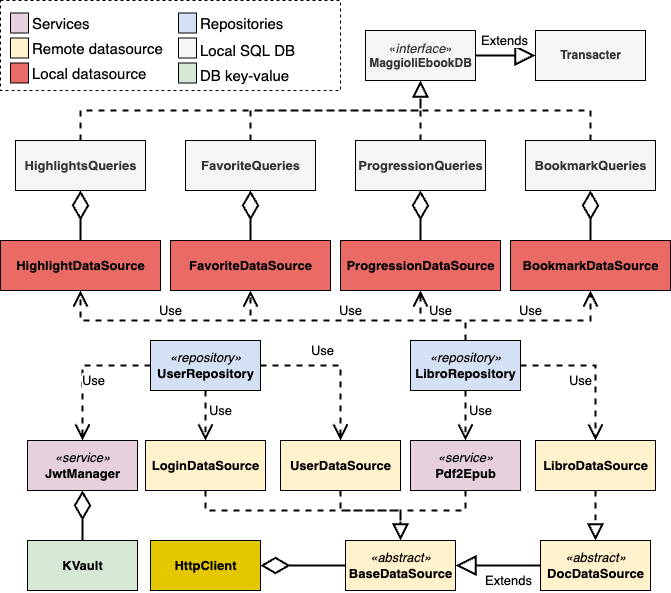
The draw.io diagram img/tesi-26-shareduml.drawio.png in paganellif/tesi-paganelli, before a commit. Source tidied: cells renumbered, new cells last; positions are measured from the earlier drawing's top-left corner, leaving out a move shared by most shapes.
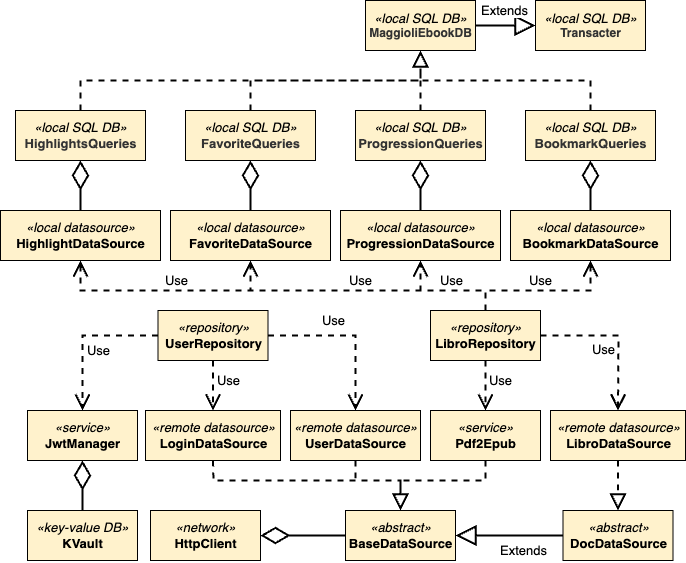
After the commit.

The edit, as a diff of the source:
```diff
@@ -2,52 +2,52 @@
   <root>
     <mxCell id="0" />
     <mxCell id="1" parent="0" />
-    <mxCell id="2" value="&lt;b&gt;LibroDataSource&lt;/b&gt;" style="html=1;rounded=0;fontSize=13;fontColor=default;strokeColor=default;fillColor=#FFF2CC;" parent="1" vertex="1">
-      <mxGeometry x="535" y="440" width="120" height="50" as="geometry" />
+    <mxCell id="2" value="&lt;i&gt;«remote datasource»&lt;br&gt;&lt;/i&gt;&lt;b&gt;LibroDataSource&lt;/b&gt;" style="html=1;rounded=0;fontSize=13;fontColor=default;strokeColor=default;fillColor=#FFF2CC;" parent="1" vertex="1">
+      <mxGeometry x="550" y="440" width="135" height="50" as="geometry" />
     </mxCell>
-    <mxCell id="3" value="&lt;b&gt;ProgressionDataSource&lt;/b&gt;" style="html=1;rounded=0;fontSize=13;fontColor=default;strokeColor=default;fillColor=#EA6B66;" parent="1" vertex="1">
+    <mxCell id="3" value="&lt;i&gt;«local datasource»&lt;br&gt;&lt;/i&gt;&lt;b&gt;ProgressionDataSource&lt;/b&gt;" style="html=1;rounded=0;fontSize=13;fontColor=default;strokeColor=default;fillColor=#FFF2CC;" parent="1" vertex="1">
       <mxGeometry x="340" y="240" width="160" height="50" as="geometry" />
     </mxCell>
-    <mxCell id="4" value="&lt;b&gt;FavoriteDataSource&lt;/b&gt;" style="html=1;rounded=0;fontSize=13;fontColor=default;strokeColor=default;fillColor=#EA6B66;" parent="1" vertex="1">
+    <mxCell id="4" value="&lt;i&gt;«local datasource»&lt;br&gt;&lt;/i&gt;&lt;b&gt;FavoriteDataSource&lt;/b&gt;" style="html=1;rounded=0;fontSize=13;fontColor=default;strokeColor=default;fillColor=#FFF2CC;" parent="1" vertex="1">
       <mxGeometry x="170" y="240" width="160" height="50" as="geometry" />
     </mxCell>
-    <mxCell id="5" value="&lt;b&gt;BookmarkDataSource&lt;/b&gt;" style="html=1;rounded=0;fontSize=13;fontColor=default;strokeColor=default;fillColor=#EA6B66;" parent="1" vertex="1">
+    <mxCell id="5" value="&lt;i&gt;«local datasource»&lt;br&gt;&lt;/i&gt;&lt;b&gt;BookmarkDataSource&lt;/b&gt;" style="html=1;rounded=0;fontSize=13;fontColor=default;strokeColor=default;fillColor=#FFF2CC;" parent="1" vertex="1">
       <mxGeometry x="510" y="240" width="160" height="50" as="geometry" />
     </mxCell>
-    <mxCell id="6" value="&lt;b&gt;HighlightDataSource&lt;/b&gt;" style="html=1;rounded=0;fontSize=13;fontColor=default;strokeColor=default;fillColor=#EA6B66;" parent="1" vertex="1">
+    <mxCell id="6" value="&lt;i&gt;«local datasource»&lt;br&gt;&lt;/i&gt;&lt;b&gt;HighlightDataSource&lt;/b&gt;" style="html=1;rounded=0;fontSize=13;fontColor=default;strokeColor=default;fillColor=#FFF2CC;" parent="1" vertex="1">
       <mxGeometry y="240" width="160" height="50" as="geometry" />
     </mxCell>
-    <mxCell id="7" value="&lt;b style=&quot;background-color: initial;&quot;&gt;UserDataSource&lt;/b&gt;" style="html=1;rounded=0;fontSize=13;fontColor=default;strokeColor=default;fillColor=#FFF2CC;" parent="1" vertex="1">
-      <mxGeometry x="280" y="440" width="120" height="50" as="geometry" />
+    <mxCell id="7" value="&lt;i&gt;«remote datasource»&lt;br&gt;&lt;/i&gt;&lt;b style=&quot;background-color: initial;&quot;&gt;UserDataSource&lt;/b&gt;" style="html=1;rounded=0;fontSize=13;fontColor=default;strokeColor=default;fillColor=#FFF2CC;" parent="1" vertex="1">
+      <mxGeometry x="290" y="440" width="130" height="50" as="geometry" />
     </mxCell>
-    <mxCell id="8" value="&lt;b style=&quot;background-color: initial;&quot;&gt;LoginDataSource&lt;/b&gt;" style="html=1;rounded=0;fontSize=13;fontColor=default;strokeColor=default;fillColor=#FFF2CC;" parent="1" vertex="1">
-      <mxGeometry x="145" y="440" width="120" height="50" as="geometry" />
+    <mxCell id="8" value="&lt;i&gt;«remote datasource»&lt;br&gt;&lt;/i&gt;&lt;b style=&quot;background-color: initial;&quot;&gt;LoginDataSource&lt;/b&gt;" style="html=1;rounded=0;fontSize=13;fontColor=default;strokeColor=default;fillColor=#FFF2CC;" parent="1" vertex="1">
+      <mxGeometry x="145" y="440" width="135" height="50" as="geometry" />
     </mxCell>
-    <mxCell id="9" value="&lt;b&gt;HighlightsQueries&lt;/b&gt;" style="html=1;rounded=0;fontSize=13;fontColor=#333333;strokeColor=#000000;fillColor=#f5f5f5;" parent="1" vertex="1">
+    <mxCell id="9" value="&lt;i style=&quot;color: rgb(0, 0, 0);&quot;&gt;«local SQL DB»&lt;br&gt;&lt;/i&gt;&lt;b&gt;HighlightsQueries&lt;/b&gt;" style="html=1;rounded=0;fontSize=13;fontColor=#333333;strokeColor=#000000;fillColor=#FFF2CC;" parent="1" vertex="1">
       <mxGeometry x="15" y="140" width="130" height="50" as="geometry" />
     </mxCell>
     <mxCell id="10" style="endArrow=diamondThin;endFill=0;endSize=24;html=1;rounded=0;strokeWidth=2;exitX=0.5;exitY=0;exitDx=0;exitDy=0;entryX=0.5;entryY=1;entryDx=0;entryDy=0;" parent="1" edge="1" source="6" target="9">
       <mxGeometry relative="1" as="geometry" />
     </mxCell>
-    <mxCell id="11" value="&lt;b&gt;FavoriteQueries&lt;/b&gt;" style="html=1;rounded=0;fontSize=13;fontColor=#333333;strokeColor=#000000;fillColor=#f5f5f5;" parent="1" vertex="1">
+    <mxCell id="11" value="&lt;i style=&quot;color: rgb(0, 0, 0);&quot;&gt;«local SQL DB»&lt;br&gt;&lt;/i&gt;&lt;b&gt;FavoriteQueries&lt;/b&gt;" style="html=1;rounded=0;fontSize=13;fontColor=#333333;strokeColor=#000000;fillColor=#FFF2CC;" parent="1" vertex="1">
       <mxGeometry x="185" y="140" width="130" height="50" as="geometry" />
     </mxCell>
     <mxCell id="12" style="endArrow=diamondThin;endFill=0;endSize=24;html=1;rounded=0;strokeWidth=2;exitX=0.5;exitY=0;exitDx=0;exitDy=0;entryX=0.5;entryY=1;entryDx=0;entryDy=0;" parent="1" edge="1" source="4" target="11">
       <mxGeometry relative="1" as="geometry" />
     </mxCell>
-    <mxCell id="13" value="&lt;b&gt;ProgressionQueries&lt;/b&gt;" style="html=1;rounded=0;fontSize=13;fontColor=#333333;strokeColor=#000000;fillColor=#f5f5f5;" parent="1" vertex="1">
+    <mxCell id="13" value="&lt;i style=&quot;color: rgb(0, 0, 0);&quot;&gt;«local SQL DB»&lt;br&gt;&lt;/i&gt;&lt;b&gt;ProgressionQueries&lt;/b&gt;" style="html=1;rounded=0;fontSize=13;fontColor=#333333;strokeColor=#000000;fillColor=#FFF2CC;" parent="1" vertex="1">
       <mxGeometry x="355" y="140" width="130" height="50" as="geometry" />
     </mxCell>
     <mxCell id="14" style="endArrow=diamondThin;endFill=0;endSize=24;html=1;rounded=0;strokeWidth=2;entryX=0.5;entryY=1;entryDx=0;entryDy=0;exitX=0.5;exitY=0;exitDx=0;exitDy=0;" parent="1" edge="1" source="3" target="13">
       <mxGeometry relative="1" as="geometry" />
     </mxCell>
-    <mxCell id="15" value="&lt;b&gt;BookmarkQueries&lt;/b&gt;" style="html=1;rounded=0;fontSize=13;fontColor=#333333;strokeColor=#000000;fillColor=#f5f5f5;" parent="1" vertex="1">
+    <mxCell id="15" value="&lt;i style=&quot;color: rgb(0, 0, 0);&quot;&gt;«local SQL DB»&lt;br&gt;&lt;/i&gt;&lt;b&gt;BookmarkQueries&lt;/b&gt;" style="html=1;rounded=0;fontSize=13;fontColor=#333333;strokeColor=#000000;fillColor=#FFF2CC;" parent="1" vertex="1">
       <mxGeometry x="525" y="140" width="130" height="50" as="geometry" />
     </mxCell>
     <mxCell id="16" style="endArrow=diamondThin;endFill=0;endSize=24;html=1;rounded=0;strokeWidth=2;entryX=0.5;entryY=1;entryDx=0;entryDy=0;exitX=0.5;exitY=0;exitDx=0;exitDy=0;" parent="1" edge="1" source="5" target="15">
       <mxGeometry relative="1" as="geometry" />
     </mxCell>
-    <mxCell id="17" value="«&lt;font style=&quot;font-size: 13px;&quot;&gt;&lt;i&gt;interface&lt;/i&gt;&lt;/font&gt;»&lt;br&gt;&lt;b&gt;MaggioliEbookDB&lt;/b&gt;" style="html=1;strokeColor=#000000;fillColor=#f5f5f5;fontColor=#333333;" parent="1" vertex="1">
+    <mxCell id="17" value="&lt;i style=&quot;font-size: 13px; color: rgb(0, 0, 0);&quot;&gt;«local SQL DB»&lt;br&gt;&lt;/i&gt;&lt;b&gt;MaggioliEbookDB&lt;/b&gt;" style="html=1;strokeColor=#000000;fillColor=#FFF2CC;fontColor=#333333;" parent="1" vertex="1">
       <mxGeometry x="365" y="30" width="110" height="50" as="geometry" />
     </mxCell>
     <mxCell id="18" style="endArrow=block;dashed=1;endFill=0;endSize=12;html=1;rounded=0;strokeWidth=2;entryX=0.5;entryY=1;entryDx=0;entryDy=0;exitX=0.5;exitY=0;exitDx=0;exitDy=0;" parent="1" edge="1" source="13" target="17">
@@ -81,7 +81,7 @@
         </Array>
       </mxGeometry>
     </mxCell>
-    <mxCell id="22" value="&lt;b&gt;Transacter&lt;/b&gt;" style="html=1;strokeColor=#000000;fillColor=#f5f5f5;fontColor=#333333;" parent="1" vertex="1">
+    <mxCell id="22" value="&lt;i style=&quot;font-size: 13px; color: rgb(0, 0, 0);&quot;&gt;«local SQL DB»&lt;br&gt;&lt;/i&gt;&lt;b&gt;Transacter&lt;/b&gt;" style="html=1;strokeColor=#000000;fillColor=#FFF2CC;fontColor=#333333;" parent="1" vertex="1">
       <mxGeometry x="535" y="30" width="110" height="50" as="geometry" />
     </mxCell>
     <mxCell id="23" value="Extends" style="endArrow=block;endSize=16;endFill=0;html=1;rounded=0;strokeWidth=2;entryX=0;entryY=0.5;entryDx=0;entryDy=0;exitX=1;exitY=0.5;exitDx=0;exitDy=0;fontSize=13;" parent="1" edge="1" source="17" target="22">
@@ -91,7 +91,7 @@
       <mxGeometry x="345" y="540" width="110" height="50" as="geometry" />
     </mxCell>
     <mxCell id="25" value="&lt;i style=&quot;font-size: 13px;&quot;&gt;«abstract»&lt;br&gt;&lt;/i&gt;&lt;span style=&quot;font-size: 13px; font-weight: 700;&quot;&gt;DocDataSource&lt;/span&gt;" style="html=1;strokeColor=#000000;fillColor=#FFF2CC;gradientColor=none;" parent="1" vertex="1">
-      <mxGeometry x="540" y="540" width="110" height="50" as="geometry" />
+      <mxGeometry x="562.5" y="540" width="110" height="50" as="geometry" />
     </mxCell>
     <mxCell id="26" value="Extends" style="endArrow=block;endSize=16;endFill=0;html=1;rounded=0;strokeWidth=2;entryX=1;entryY=0.5;entryDx=0;entryDy=0;fontSize=13;" parent="1" edge="1" source="25" target="24">
       <mxGeometry x="-0.25" y="15" relative="1" as="geometry" />
@@ -99,52 +99,52 @@
     <mxCell id="27" style="endArrow=block;dashed=1;endFill=0;endSize=12;html=1;rounded=0;strokeWidth=2;entryX=0.5;entryY=0;entryDx=0;entryDy=0;exitX=0.5;exitY=1;exitDx=0;exitDy=0;" parent="1" edge="1" source="8" target="24">
       <mxGeometry relative="1" as="geometry">
         <Array as="points">
-          <mxPoint x="205" y="510" />
+          <mxPoint x="213" y="510" />
           <mxPoint x="400" y="510" />
         </Array>
       </mxGeometry>
     </mxCell>
-    <mxCell id="28" style="endArrow=block;dashed=1;endFill=0;endSize=12;html=1;rounded=0;strokeWidth=2;entryX=0.5;entryY=0;entryDx=0;entryDy=0;exitX=0.5;exitY=1;exitDx=0;exitDy=0;" parent="1" edge="1" source="7" target="24">
+    <mxCell id="28" style="endArrow=none;dashed=1;endFill=0;endSize=12;html=1;rounded=0;strokeWidth=2;exitX=0.5;exitY=1;exitDx=0;exitDy=0;" parent="1" edge="1" source="7">
       <mxGeometry relative="1" as="geometry">
+        <mxPoint x="355" y="510" as="targetPoint" />
         <Array as="points">
-          <mxPoint x="340" y="510" />
-          <mxPoint x="400" y="510" />
+          <mxPoint x="355" y="510" />
         </Array>
       </mxGeometry>
     </mxCell>
     <mxCell id="29" style="endArrow=block;dashed=1;endFill=0;endSize=12;html=1;rounded=0;strokeWidth=2;entryX=0.5;entryY=0;entryDx=0;entryDy=0;exitX=0.5;exitY=1;exitDx=0;exitDy=0;" parent="1" edge="1" source="2" target="25">
       <mxGeometry relative="1" as="geometry" />
     </mxCell>
-    <mxCell id="30" value="&lt;i style=&quot;font-size: 13px;&quot;&gt;«&lt;font style=&quot;font-size: 13px;&quot;&gt;service&lt;/font&gt;»&lt;br&gt;&lt;/i&gt;&lt;b style=&quot;font-size: 13px;&quot;&gt;Pdf2Epub&lt;/b&gt;" style="html=1;strokeColor=#000000;fillColor=#E6D0DE;gradientColor=none;" parent="1" vertex="1">
-      <mxGeometry x="410" y="440" width="110" height="50" as="geometry" />
+    <mxCell id="30" value="&lt;i style=&quot;font-size: 13px;&quot;&gt;«&lt;font style=&quot;font-size: 13px;&quot;&gt;service&lt;/font&gt;»&lt;br&gt;&lt;/i&gt;&lt;b style=&quot;font-size: 13px;&quot;&gt;Pdf2Epub&lt;/b&gt;" style="html=1;strokeColor=#000000;fillColor=#FFF2CC;gradientColor=none;" parent="1" vertex="1">
+      <mxGeometry x="430" y="440" width="110" height="50" as="geometry" />
     </mxCell>
     <mxCell id="31" style="endArrow=block;dashed=1;endFill=0;endSize=12;html=1;rounded=0;strokeWidth=2;entryX=0.5;entryY=0;entryDx=0;entryDy=0;exitX=0.5;exitY=1;exitDx=0;exitDy=0;" parent="1" edge="1" source="30" target="24">
       <mxGeometry relative="1" as="geometry">
         <Array as="points">
-          <mxPoint x="465" y="510" />
+          <mxPoint x="485" y="510" />
           <mxPoint x="400" y="510" />
         </Array>
       </mxGeometry>
     </mxCell>
-    <mxCell id="32" value="&lt;i style=&quot;font-size: 13px;&quot;&gt;«&lt;font style=&quot;font-size: 13px;&quot;&gt;service&lt;/font&gt;»&lt;br&gt;&lt;/i&gt;&lt;b style=&quot;font-size: 13px;&quot;&gt;JwtManager&lt;/b&gt;" style="html=1;strokeColor=#000000;fillColor=#E6D0DE;gradientColor=none;" parent="1" vertex="1">
+    <mxCell id="32" value="&lt;i style=&quot;font-size: 13px;&quot;&gt;«&lt;font style=&quot;font-size: 13px;&quot;&gt;service&lt;/font&gt;»&lt;br&gt;&lt;/i&gt;&lt;b style=&quot;font-size: 13px;&quot;&gt;JwtManager&lt;/b&gt;" style="html=1;strokeColor=#000000;fillColor=#FFF2CC;gradientColor=none;" parent="1" vertex="1">
       <mxGeometry x="27" y="440" width="110" height="50" as="geometry" />
     </mxCell>
-    <mxCell id="33" value="&lt;b&gt;KVault&lt;/b&gt;" style="html=1;rounded=0;fontSize=13;strokeColor=#000000;fillColor=#d5e8d4;" parent="1" vertex="1">
+    <mxCell id="33" value="&lt;i&gt;«key-value DB»&lt;br&gt;&lt;/i&gt;&lt;b&gt;KVault&lt;/b&gt;" style="html=1;rounded=0;fontSize=13;strokeColor=#000000;fillColor=#FFF2CC;" parent="1" vertex="1">
       <mxGeometry x="27" y="540" width="110" height="50" as="geometry" />
     </mxCell>
     <mxCell id="34" style="endArrow=diamondThin;endFill=0;endSize=24;html=1;rounded=0;strokeWidth=2;exitX=0.5;exitY=0;exitDx=0;exitDy=0;" parent="1" edge="1" source="33" target="32">
       <mxGeometry relative="1" as="geometry" />
     </mxCell>
-    <mxCell id="35" value="&lt;i style=&quot;font-size: 13px;&quot;&gt;«&lt;font style=&quot;font-size: 13px;&quot;&gt;repository&lt;/font&gt;»&lt;br&gt;&lt;/i&gt;&lt;b style=&quot;font-size: 13px;&quot;&gt;LibroRepository&lt;/b&gt;" style="html=1;strokeColor=#000000;fillColor=#D4E1F5;gradientColor=none;" parent="1" vertex="1">
-      <mxGeometry x="410" y="340" width="110" height="50" as="geometry" />
+    <mxCell id="35" value="&lt;i style=&quot;font-size: 13px;&quot;&gt;«&lt;font style=&quot;font-size: 13px;&quot;&gt;repository&lt;/font&gt;»&lt;br&gt;&lt;/i&gt;&lt;b style=&quot;font-size: 13px;&quot;&gt;LibroRepository&lt;/b&gt;" style="html=1;strokeColor=#000000;fillColor=#FFF2CC;gradientColor=none;" parent="1" vertex="1">
+      <mxGeometry x="430" y="340" width="110" height="50" as="geometry" />
     </mxCell>
-    <mxCell id="36" value="&lt;i style=&quot;font-size: 13px;&quot;&gt;«&lt;font style=&quot;font-size: 13px;&quot;&gt;repository&lt;/font&gt;»&lt;br&gt;&lt;/i&gt;&lt;b style=&quot;font-size: 13px;&quot;&gt;UserRepository&lt;/b&gt;" style="html=1;strokeColor=#000000;fillColor=#D4E1F5;gradientColor=none;" parent="1" vertex="1">
-      <mxGeometry x="150" y="340" width="110" height="50" as="geometry" />
+    <mxCell id="36" value="&lt;i style=&quot;font-size: 13px;&quot;&gt;«&lt;font style=&quot;font-size: 13px;&quot;&gt;repository&lt;/font&gt;»&lt;br&gt;&lt;/i&gt;&lt;b style=&quot;font-size: 13px;&quot;&gt;UserRepository&lt;/b&gt;" style="html=1;strokeColor=#000000;fillColor=#FFF2CC;gradientColor=none;" parent="1" vertex="1">
+      <mxGeometry x="157.5" y="340" width="110" height="50" as="geometry" />
     </mxCell>
     <mxCell id="37" value="Use" style="endArrow=open;endSize=12;dashed=1;html=1;rounded=0;strokeWidth=2;fontSize=13;exitX=0.5;exitY=0;exitDx=0;exitDy=0;entryX=0.5;entryY=1;entryDx=0;entryDy=0;" parent="1" edge="1" source="35" target="5">
       <mxGeometry x="-0.03" y="10" relative="1" as="geometry">
         <Array as="points">
-          <mxPoint x="465" y="320" />
+          <mxPoint x="485" y="320" />
           <mxPoint x="590" y="320" />
         </Array>
       </mxGeometry>
@@ -152,7 +152,7 @@
     <mxCell id="38" value="Use" style="endArrow=open;endSize=12;dashed=1;html=1;rounded=0;strokeWidth=2;fontSize=13;exitX=1;exitY=0.5;exitDx=0;exitDy=0;entryX=0.5;entryY=0;entryDx=0;entryDy=0;" parent="1" edge="1" source="35" target="2">
       <mxGeometry x="0.2" y="-15" relative="1" as="geometry">
         <Array as="points">
-          <mxPoint x="595" y="365" />
+          <mxPoint x="618" y="365" />
         </Array>
       </mxGeometry>
     </mxCell>
@@ -162,7 +162,7 @@
     <mxCell id="40" value="Use" style="endArrow=open;endSize=12;dashed=1;html=1;rounded=0;strokeWidth=2;fontSize=13;exitX=0.5;exitY=0;exitDx=0;exitDy=0;entryX=0.5;entryY=1;entryDx=0;entryDy=0;" parent="1" edge="1" source="35" target="3">
       <mxGeometry x="-0.05" y="-10" relative="1" as="geometry">
         <Array as="points">
-          <mxPoint x="465" y="320" />
+          <mxPoint x="485" y="320" />
           <mxPoint x="420" y="320" />
         </Array>
       </mxGeometry>
@@ -170,7 +170,7 @@
     <mxCell id="41" value="Use" style="endArrow=open;endSize=12;dashed=1;html=1;rounded=0;strokeWidth=2;fontSize=13;exitX=0.5;exitY=0;exitDx=0;exitDy=0;entryX=0.5;entryY=1;entryDx=0;entryDy=0;" parent="1" edge="1" source="35" target="4">
       <mxGeometry x="0.02" y="-10" relative="1" as="geometry">
         <Array as="points">
-          <mxPoint x="465" y="320" />
+          <mxPoint x="485" y="320" />
           <mxPoint x="250" y="320" />
         </Array>
       </mxGeometry>
@@ -178,7 +178,7 @@
     <mxCell id="42" value="Use" style="endArrow=open;endSize=12;dashed=1;html=1;rounded=0;strokeWidth=2;fontSize=13;exitX=0.5;exitY=0;exitDx=0;exitDy=0;entryX=0.5;entryY=1;entryDx=0;entryDy=0;" parent="1" edge="1" source="35" target="6">
       <mxGeometry x="0.45" y="-10" relative="1" as="geometry">
         <Array as="points">
-          <mxPoint x="465" y="320" />
+          <mxPoint x="485" y="320" />
           <mxPoint x="80" y="320" />
         </Array>
       </mxGeometry>
@@ -189,7 +189,7 @@
     <mxCell id="44" value="Use" style="endArrow=open;endSize=12;dashed=1;html=1;rounded=0;strokeWidth=2;fontSize=13;exitX=1;exitY=0.5;exitDx=0;exitDy=0;entryX=0.5;entryY=0;entryDx=0;entryDy=0;" parent="1" edge="1" source="36" target="7">
       <mxGeometry x="-0.2" y="15" relative="1" as="geometry">
         <Array as="points">
-          <mxPoint x="340" y="365" />
+          <mxPoint x="355" y="365" />
         </Array>
       </mxGeometry>
     </mxCell>
@@ -200,46 +200,7 @@
         </Array>
       </mxGeometry>
     </mxCell>
-    <mxCell id="46" style="rounded=0;whiteSpace=wrap;html=1;fontSize=15;fillColor=none;dashed=1;" parent="1" vertex="1">
-      <mxGeometry width="340" height="90" as="geometry" />
-    </mxCell>
-    <mxCell id="47" style="rounded=0;whiteSpace=wrap;html=1;fillColor=#EA6B66;" parent="1" vertex="1">
-      <mxGeometry x="10" y="62.5" width="18" height="20" as="geometry" />
-    </mxCell>
-    <mxCell id="48" value="&lt;font style=&quot;font-size: 15px;&quot;&gt;Local datasource&lt;/font&gt;" style="text;html=1;align=left;verticalAlign=middle;strokeColor=none;fillColor=none;" parent="1" vertex="1">
-      <mxGeometry x="30" y="57.5" width="140" height="30" as="geometry" />
-    </mxCell>
-    <mxCell id="49" style="rounded=0;whiteSpace=wrap;html=1;fillColor=#FFF2CC;" parent="1" vertex="1">
-      <mxGeometry x="10" y="37.5" width="18" height="20" as="geometry" />
-    </mxCell>
-    <mxCell id="50" value="&lt;font style=&quot;font-size: 15px;&quot;&gt;Remote datasource&lt;/font&gt;" style="text;html=1;align=left;verticalAlign=middle;strokeColor=none;fillColor=none;" parent="1" vertex="1">
-      <mxGeometry x="30" y="32.5" width="150" height="30" as="geometry" />
-    </mxCell>
-    <mxCell id="51" style="rounded=0;whiteSpace=wrap;html=1;fillColor=#D5E8D4;" parent="1" vertex="1">
-      <mxGeometry x="178" y="62.5" width="18" height="20" as="geometry" />
-    </mxCell>
-    <mxCell id="52" value="&lt;span style=&quot;font-size: 15px;&quot;&gt;DB key-value&lt;/span&gt;" style="text;html=1;align=left;verticalAlign=middle;strokeColor=none;fillColor=none;" parent="1" vertex="1">
-      <mxGeometry x="198" y="60" width="110" height="30" as="geometry" />
-    </mxCell>
-    <mxCell id="53" style="rounded=0;whiteSpace=wrap;html=1;fillColor=#F5F5F5;" parent="1" vertex="1">
-      <mxGeometry x="178" y="37.5" width="18" height="20" as="geometry" />
-    </mxCell>
-    <mxCell id="54" value="&lt;span style=&quot;font-size: 15px;&quot;&gt;Local SQL DB&lt;/span&gt;" style="text;html=1;align=left;verticalAlign=middle;strokeColor=none;fillColor=none;" parent="1" vertex="1">
-      <mxGeometry x="198" y="35" width="120" height="30" as="geometry" />
-    </mxCell>
-    <mxCell id="55" style="rounded=0;whiteSpace=wrap;html=1;fillColor=#D4E1F5;" parent="1" vertex="1">
-      <mxGeometry x="178" y="12.5" width="18" height="20" as="geometry" />
-    </mxCell>
-    <mxCell id="56" value="&lt;font style=&quot;font-size: 15px;&quot;&gt;Repositories&lt;/font&gt;" style="text;html=1;align=left;verticalAlign=middle;strokeColor=none;fillColor=none;" parent="1" vertex="1">
-      <mxGeometry x="198" y="7.5" width="110" height="30" as="geometry" />
-    </mxCell>
-    <mxCell id="57" style="rounded=0;whiteSpace=wrap;html=1;fillColor=#E6D0DE;" parent="1" vertex="1">
-      <mxGeometry x="10" y="12.5" width="18" height="20" as="geometry" />
-    </mxCell>
-    <mxCell id="58" value="&lt;font style=&quot;font-size: 15px;&quot;&gt;Services&lt;/font&gt;" style="text;html=1;align=left;verticalAlign=middle;strokeColor=none;fillColor=none;" parent="1" vertex="1">
-      <mxGeometry x="30" y="7.5" width="80" height="30" as="geometry" />
-    </mxCell>
-    <mxCell id="59" value="&lt;b&gt;HttpClient&lt;/b&gt;" style="html=1;rounded=0;fontSize=13;strokeColor=#000000;fillColor=#e3c800;fontColor=#000000;" parent="1" vertex="1">
+    <mxCell id="59" value="&lt;i&gt;«network»&lt;br&gt;&lt;/i&gt;&lt;b&gt;HttpClient&lt;/b&gt;" style="html=1;rounded=0;fontSize=13;strokeColor=#000000;fillColor=#FFF2CC;fontColor=#000000;" parent="1" vertex="1">
       <mxGeometry x="150" y="540" width="110" height="50" as="geometry" />
     </mxCell>
     <mxCell id="60" style="endArrow=diamondThin;endFill=0;endSize=24;html=1;rounded=0;strokeWidth=2;exitX=0;exitY=0.5;exitDx=0;exitDy=0;entryX=1;entryY=0.5;entryDx=0;entryDy=0;" parent="1" edge="1" source="24" target="59">
```
